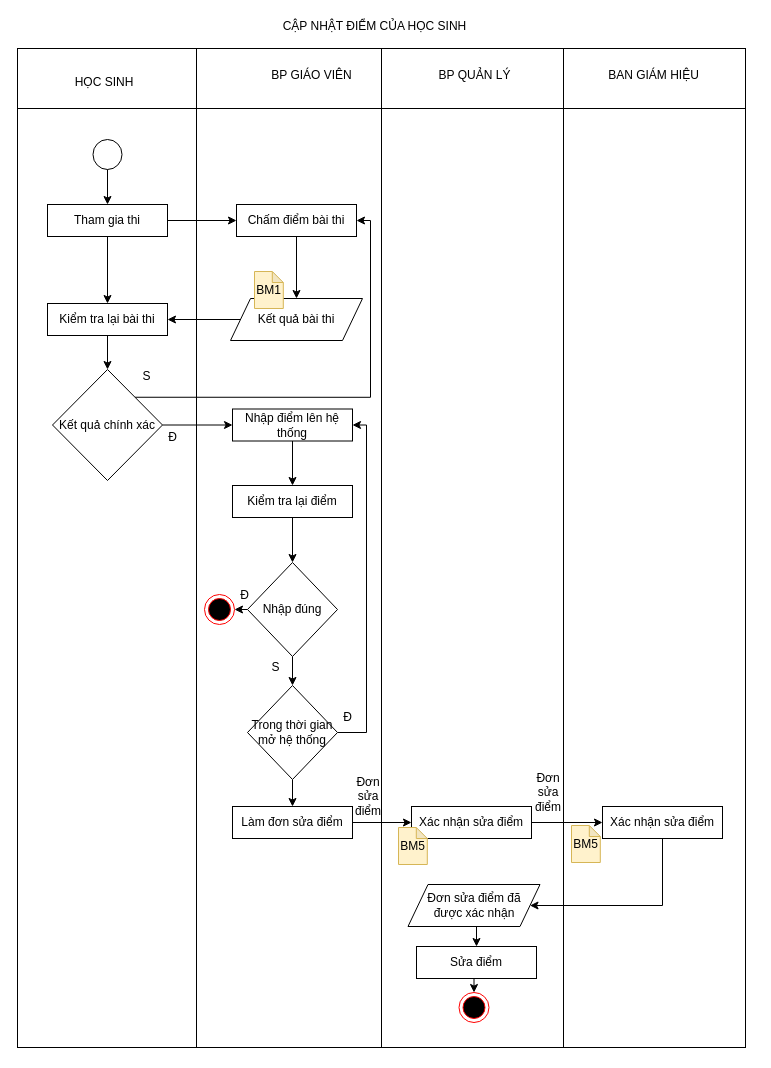
The draw.io diagram 1.2.2.b.drawio in TLGKien/graph, before the edit. Source tidied: cells renumbered, new cells numbered last; positions are measured from the earlier drawing's top-left corner, leaving out a move shared by most shapes. Both pictures are drawn from the tidied source at 100%, with x=0, y=0 at pixel (17, 17).
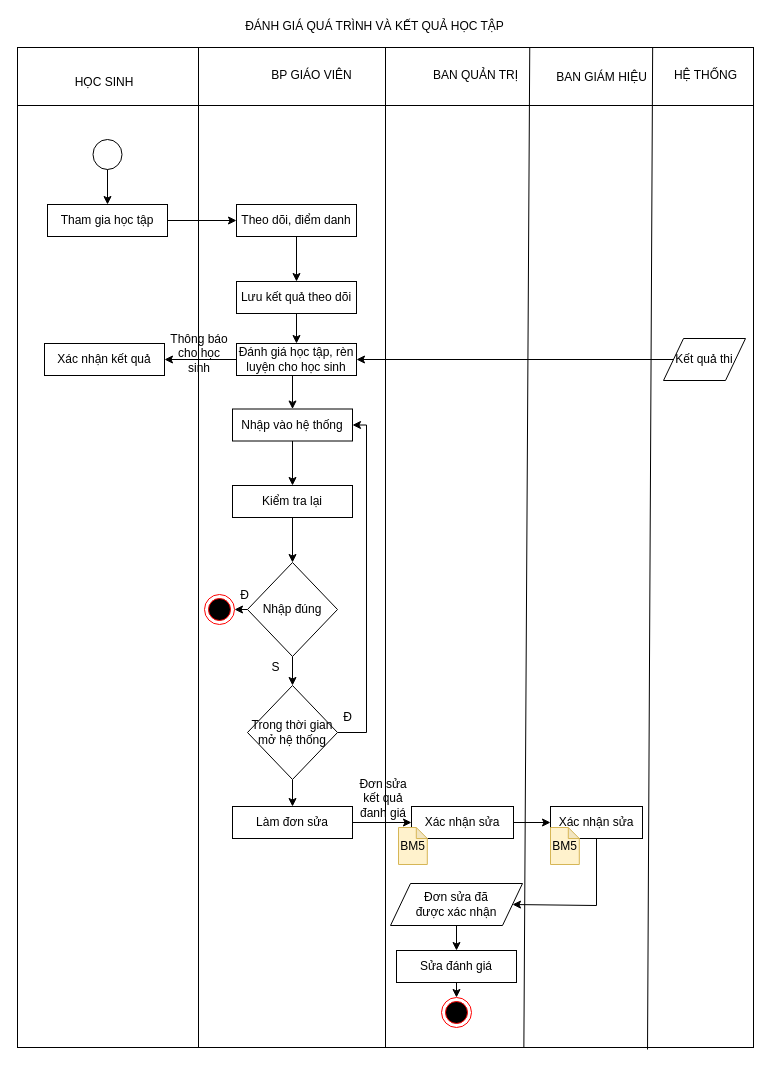
The same page after the edit.

Diff of the diagram source:
```diff
@@
-    <mxCell id="2" style="shape=internalStorage;whiteSpace=wrap;html=1;backgroundOutline=1;dx=179;dy=60;" parent="1" vertex="1">
-      <mxGeometry y="31" width="728" height="999" as="geometry" />
+    <mxCell id="2" style="shape=internalStorage;whiteSpace=wrap;html=1;backgroundOutline=1;dx=181;dy=58;" parent="1" vertex="1">
+      <mxGeometry y="30" width="736" height="1000" as="geometry" />
     </mxCell>
@@
-    <mxCell id="4" value="BP QUẢN LÝ" style="text;html=1;align=center;verticalAlign=middle;" parent="1" vertex="1">
-      <mxGeometry x="416" y="49" width="81" height="18" as="geometry" />
+    <mxCell id="4" value="BAN QUẢN TRỊ" style="text;html=1;align=center;verticalAlign=middle;" parent="1" vertex="1">
+      <mxGeometry x="409" y="49" width="97" height="18" as="geometry" />
     </mxCell>
@@
-    <mxCell id="9" style="edgeStyle=orthogonalEdgeStyle;rounded=0;jettySize=auto;html=1;exitX=0.5;exitY=1;exitDx=0;exitDy=0;entryX=0.5;entryY=0;entryDx=0;entryDy=0;" parent="1" edge="1" source="10" target="23">
-      <mxGeometry relative="1" as="geometry" />
-    </mxCell>
-    <mxCell id="10" value="Tham gia thi" style="rounded=0;whiteSpace=wrap;html=1;" parent="1" vertex="1">
+    <mxCell id="10" value="Tham gia học tập" style="rounded=0;whiteSpace=wrap;html=1;" parent="1" vertex="1">
       <mxGeometry x="30" y="187" width="120" height="32" as="geometry" />
     </mxCell>
-    <mxCell id="11" value="Chấm điểm bài thi" style="rounded=0;whiteSpace=wrap;html=1;" parent="1" vertex="1">
+    <mxCell id="11" value="Theo dõi, điểm danh" style="rounded=0;whiteSpace=wrap;html=1;" parent="1" vertex="1">
       <mxGeometry x="219" y="187" width="120" height="32" as="geometry" />
     </mxCell>
-    <mxCell id="12" style="endArrow=classic;html=1;exitX=0.5;exitY=1;exitDx=0;exitDy=0;entryX=0.5;entryY=0;entryDx=0;entryDy=0;" parent="1" edge="1" source="11" target="14">
+    <mxCell id="12" style="endArrow=classic;html=1;exitX=0.5;exitY=1;exitDx=0;exitDy=0;entryX=0.5;entryY=0;entryDx=0;entryDy=0;" parent="1" edge="1" source="11" target="57">
       <mxGeometry relative="1" as="geometry" />
     </mxCell>
-    <mxCell id="13" style="edgeStyle=orthogonalEdgeStyle;rounded=0;jettySize=auto;html=1;exitX=0;exitY=0.5;exitDx=0;exitDy=0;entryX=1;entryY=0.5;entryDx=0;entryDy=0;" parent="1" edge="1" source="14" target="23">
-      <mxGeometry relative="1" as="geometry" />
-    </mxCell>
-    <mxCell id="14" value="Kết quả bài thi" style="shape=parallelogram;perimeter=parallelogramPerimeter;whiteSpace=wrap;html=1;fixedSize=1;" parent="1" vertex="1">
-      <mxGeometry x="213" y="281" width="132" height="42" as="geometry" />
-    </mxCell>
-    <mxCell id="15" value="CẬP NHẬT ĐIỂM CỦA HỌC SINH" style="text;html=1;align=center;verticalAlign=middle;" parent="1" vertex="1">
-      <mxGeometry x="257" width="199" height="18" as="geometry" />
+    <mxCell id="15" value="ĐÁNH GIÁ QUÁ TRÌNH VÀ KẾT QUẢ HỌC TẬP" style="text;html=1;align=center;verticalAlign=middle;" parent="1" vertex="1">
+      <mxGeometry x="222" width="270" height="18" as="geometry" />
     </mxCell>
-    <mxCell id="16" value="BM1" style="shape=note;whiteSpace=wrap;html=1;backgroundOutline=1;darkOpacity=0.05;size=11;fillColor=#fff2cc;strokeColor=#d6b656;" parent="1" vertex="1">
-      <mxGeometry x="237" y="254" width="28.8" height="37" as="geometry" />
-    </mxCell>
@@
-    <mxCell id="18" style="endArrow=none;html=1;exitX=0.75;exitY=1;exitDx=0;exitDy=0;entryX=0.75;entryY=0;entryDx=0;entryDy=0;" parent="1" edge="1" source="2" target="2">
+    <mxCell id="18" style="endArrow=none;html=1;exitX=0.688;exitY=1;exitDx=0;exitDy=0;exitPerimeter=0;entryX=0.696;entryY=0;entryDx=0;entryDy=0;entryPerimeter=0;" parent="1" edge="1" source="2" target="2">
       <mxGeometry relative="1" as="geometry" />
     </mxCell>
     <mxCell id="19" value="BAN GIÁM HIỆU" style="text;html=1;align=center;verticalAlign=middle;" parent="1" vertex="1">
-      <mxGeometry x="585" y="49" width="101" height="18" as="geometry" />
+      <mxGeometry x="533" y="51" width="101" height="18" as="geometry" />
     </mxCell>
@@
-    <mxCell id="21" value="Nhập điểm lên hệ thống" style="rounded=0;whiteSpace=wrap;html=1;" parent="1" vertex="1">
+    <mxCell id="21" value="Nhập vào hệ thống" style="rounded=0;whiteSpace=wrap;html=1;" parent="1" vertex="1">
       <mxGeometry x="215" y="391.5" width="120" height="32" as="geometry" />
     </mxCell>
-    <mxCell id="22" style="edgeStyle=orthogonalEdgeStyle;rounded=0;jettySize=auto;html=1;exitX=0.5;exitY=1;exitDx=0;exitDy=0;entryX=0.5;entryY=0;entryDx=0;entryDy=0;" parent="1" edge="1" source="23" target="26">
-      <mxGeometry relative="1" as="geometry" />
-    </mxCell>
-    <mxCell id="23" value="Kiểm tra lại bài thi" style="rounded=0;whiteSpace=wrap;html=1;" parent="1" vertex="1">
-      <mxGeometry x="30" y="286" width="120" height="32" as="geometry" />
-    </mxCell>
-    <mxCell id="24" style="edgeStyle=orthogonalEdgeStyle;rounded=0;jettySize=auto;html=1;exitX=1;exitY=0.5;exitDx=0;exitDy=0;entryX=0;entryY=0.5;entryDx=0;entryDy=0;" parent="1" edge="1" source="26" target="21">
-      <mxGeometry relative="1" as="geometry" />
-    </mxCell>
-    <mxCell id="25" style="edgeStyle=orthogonalEdgeStyle;rounded=0;jettySize=auto;html=1;exitX=1;exitY=0;exitDx=0;exitDy=0;entryX=1;entryY=0.5;entryDx=0;entryDy=0;" parent="1" edge="1" source="26" target="11">
-      <mxGeometry relative="1" as="geometry">
-        <Array as="points">
-          <mxPoint x="353" y="380" />
-          <mxPoint x="353" y="203" />
-        </Array>
-      </mxGeometry>
-    </mxCell>
-    <mxCell id="26" value="Kết quả chính xác" style="rhombus;whiteSpace=wrap;html=1;" parent="1" vertex="1">
-      <mxGeometry x="35" y="352" width="110" height="111" as="geometry" />
-    </mxCell>
-    <mxCell id="27" value="Đ" style="text;html=1;align=center;verticalAlign=middle;" parent="1" vertex="1">
-      <mxGeometry x="145" y="411" width="19" height="18" as="geometry" />
-    </mxCell>
-    <mxCell id="28" value="S" style="text;html=1;align=center;verticalAlign=middle;" parent="1" vertex="1">
-      <mxGeometry x="120" y="350" width="18" height="18" as="geometry" />
-    </mxCell>
@@
-    <mxCell id="30" value="Kiểm tra lại điểm" style="rounded=0;whiteSpace=wrap;html=1;" parent="1" vertex="1">
+    <mxCell id="30" value="&lt;div&gt;Kiểm tra lại&lt;/div&gt;" style="rounded=0;whiteSpace=wrap;html=1;" parent="1" vertex="1">
       <mxGeometry x="215" y="468" width="120" height="32" as="geometry" />
     </mxCell>
@@
-    <mxCell id="42" value="Làm đơn sửa điểm" style="rounded=0;whiteSpace=wrap;html=1;" parent="1" vertex="1">
+    <mxCell id="42" value="&lt;div&gt;Làm đơn sửa&lt;/div&gt;" style="rounded=0;whiteSpace=wrap;html=1;" parent="1" vertex="1">
       <mxGeometry x="215" y="789" width="120" height="32" as="geometry" />
     </mxCell>
@@
-    <mxCell id="44" value="Xác nhận sửa điểm" style="rounded=0;whiteSpace=wrap;html=1;" parent="1" vertex="1">
-      <mxGeometry x="394" y="789" width="120" height="32" as="geometry" />
+    <mxCell id="44" value="&lt;div&gt;Xác nhận sửa&lt;/div&gt;" style="rounded=0;whiteSpace=wrap;html=1;" parent="1" vertex="1">
+      <mxGeometry x="394" y="789" width="102" height="32" as="geometry" />
     </mxCell>
     <mxCell id="45" style="edgeStyle=orthogonalEdgeStyle;rounded=0;jettySize=auto;html=1;exitX=0.5;exitY=1;exitDx=0;exitDy=0;entryX=1;entryY=0.5;entryDx=0;entryDy=0;" parent="1" edge="1" source="46" target="52">
       <mxGeometry relative="1" as="geometry">
         <Array as="points">
-          <mxPoint x="645" y="888" />
+          <mxPoint x="579" y="888" />
         </Array>
       </mxGeometry>
     </mxCell>
-    <mxCell id="46" value="Xác nhận sửa điểm" style="rounded=0;whiteSpace=wrap;html=1;" parent="1" vertex="1">
-      <mxGeometry x="585" y="789" width="120" height="32" as="geometry" />
+    <mxCell id="46" value="&lt;div&gt;Xác nhận sửa&lt;/div&gt;" style="rounded=0;whiteSpace=wrap;html=1;" parent="1" vertex="1">
+      <mxGeometry x="533" y="789" width="92" height="32" as="geometry" />
     </mxCell>
@@
-    <mxCell id="48" value="Đơn sửa điểm" style="text;html=1;strokeColor=none;fillColor=none;align=center;verticalAlign=middle;whiteSpace=wrap;rounded=0;" parent="1" vertex="1">
-      <mxGeometry x="331" y="749" width="40" height="59" as="geometry" />
-    </mxCell>
-    <mxCell id="49" value="Đơn sửa điểm" style="text;html=1;strokeColor=none;fillColor=none;align=center;verticalAlign=middle;whiteSpace=wrap;rounded=0;" parent="1" vertex="1">
-      <mxGeometry x="511" y="745" width="40" height="59" as="geometry" />
-    </mxCell>
     <mxCell id="50" value="BM5" style="shape=note;whiteSpace=wrap;html=1;backgroundOutline=1;darkOpacity=0.05;size=11;fillColor=#fff2cc;strokeColor=#d6b656;" parent="1" vertex="1">
-      <mxGeometry x="554" y="808" width="28.8" height="37" as="geometry" />
+      <mxGeometry x="533" y="810" width="28.8" height="37" as="geometry" />
     </mxCell>
@@
-    <mxCell id="52" value="&lt;div&gt;Đơn sửa điểm đã &lt;br&gt;&lt;/div&gt;&lt;div&gt;được xác nhận&lt;/div&gt;" style="shape=parallelogram;perimeter=parallelogramPerimeter;whiteSpace=wrap;html=1;fixedSize=1;" parent="1" vertex="1">
-      <mxGeometry x="390.5" y="867" width="132" height="42" as="geometry" />
+    <mxCell id="52" value="&lt;div&gt;Đơn sửa đã &lt;br&gt;&lt;/div&gt;&lt;div&gt;được xác nhận&lt;/div&gt;" style="shape=parallelogram;perimeter=parallelogramPerimeter;whiteSpace=wrap;html=1;fixedSize=1;" parent="1" vertex="1">
+      <mxGeometry x="373" y="866" width="132" height="42" as="geometry" />
     </mxCell>
     <mxCell id="53" style="ellipse;html=1;shape=endState;fillColor=#000000;strokeColor=#ff0000;" parent="1" vertex="1">
-      <mxGeometry x="441.5" y="975" width="30" height="30" as="geometry" />
+      <mxGeometry x="424" y="980" width="30" height="30" as="geometry" />
     </mxCell>
@@
-    <mxCell id="55" value="Sửa điểm" style="rounded=0;whiteSpace=wrap;html=1;" parent="1" vertex="1">
-      <mxGeometry x="399" y="929" width="120" height="32" as="geometry" />
+    <mxCell id="55" value="Sửa đánh giá" style="rounded=0;whiteSpace=wrap;html=1;" parent="1" vertex="1">
+      <mxGeometry x="379" y="933" width="120" height="32" as="geometry" />
     </mxCell>
+    <mxCell id="56" style="edgeStyle=orthogonalEdgeStyle;rounded=0;jettySize=auto;html=1;exitX=0.5;exitY=1;exitDx=0;exitDy=0;entryX=0.5;entryY=0;entryDx=0;entryDy=0;" parent="1" edge="1" source="57" target="62">
+      <mxGeometry relative="1" as="geometry" />
+    </mxCell>
+    <mxCell id="57" value="Lưu kết quả theo dõi" style="rounded=0;whiteSpace=wrap;html=1;" parent="1" vertex="1">
+      <mxGeometry x="219" y="264" width="120" height="32" as="geometry" />
+    </mxCell>
+    <mxCell id="58" style="edgeStyle=orthogonalEdgeStyle;rounded=0;jettySize=auto;html=1;exitX=0;exitY=0.5;exitDx=0;exitDy=0;entryX=1;entryY=0.5;entryDx=0;entryDy=0;" parent="1" edge="1" source="59" target="62">
+      <mxGeometry relative="1" as="geometry" />
+    </mxCell>
+    <mxCell id="59" value="Kết quả thi" style="shape=parallelogram;perimeter=parallelogramPerimeter;whiteSpace=wrap;html=1;fixedSize=1;" parent="1" vertex="1">
+      <mxGeometry x="646" y="321" width="82" height="42" as="geometry" />
+    </mxCell>
+    <mxCell id="60" style="edgeStyle=orthogonalEdgeStyle;rounded=0;jettySize=auto;html=1;exitX=0.5;exitY=1;exitDx=0;exitDy=0;entryX=0.5;entryY=0;entryDx=0;entryDy=0;" parent="1" edge="1" source="62" target="21">
+      <mxGeometry relative="1" as="geometry" />
+    </mxCell>
+    <mxCell id="61" style="edgeStyle=orthogonalEdgeStyle;rounded=0;jettySize=auto;html=1;exitX=0;exitY=0.5;exitDx=0;exitDy=0;entryX=1;entryY=0.5;entryDx=0;entryDy=0;" parent="1" edge="1" source="62" target="63">
+      <mxGeometry relative="1" as="geometry" />
+    </mxCell>
+    <mxCell id="62" value="Đánh giá học tập, rèn luyện cho học sinh" style="rounded=0;whiteSpace=wrap;html=1;" parent="1" vertex="1">
+      <mxGeometry x="219" y="326" width="120" height="32" as="geometry" />
+    </mxCell>
+    <mxCell id="63" value="Xác nhận kết quả" style="rounded=0;whiteSpace=wrap;html=1;" parent="1" vertex="1">
+      <mxGeometry x="27" y="326" width="120" height="32" as="geometry" />
+    </mxCell>
+    <mxCell id="64" value="Thông báo cho học sinh" style="text;html=1;strokeColor=none;fillColor=none;align=center;verticalAlign=middle;whiteSpace=wrap;rounded=0;" parent="1" vertex="1">
+      <mxGeometry x="152" y="326" width="59.5" height="20" as="geometry" />
+    </mxCell>
+    <mxCell id="48" value="Đơn sửa kết quả đanh giá" style="text;html=1;strokeColor=none;fillColor=none;align=center;verticalAlign=middle;whiteSpace=wrap;rounded=0;" parent="1" vertex="1">
+      <mxGeometry x="335" y="751" width="62" height="59" as="geometry" />
+    </mxCell>
+    <mxCell id="65" style="endArrow=none;html=1;exitX=0.856;exitY=1.002;exitDx=0;exitDy=0;entryX=0.863;entryY=0;entryDx=0;entryDy=0;entryPerimeter=0;exitPerimeter=0;" parent="1" edge="1" source="2" target="2">
+      <mxGeometry relative="1" as="geometry" />
+    </mxCell>
+    <mxCell id="66" value="HỆ THỐNG" style="text;html=1;align=center;verticalAlign=middle;" parent="1" vertex="1">
+      <mxGeometry x="650.5" y="49" width="74" height="18" as="geometry" />
+    </mxCell>
```
